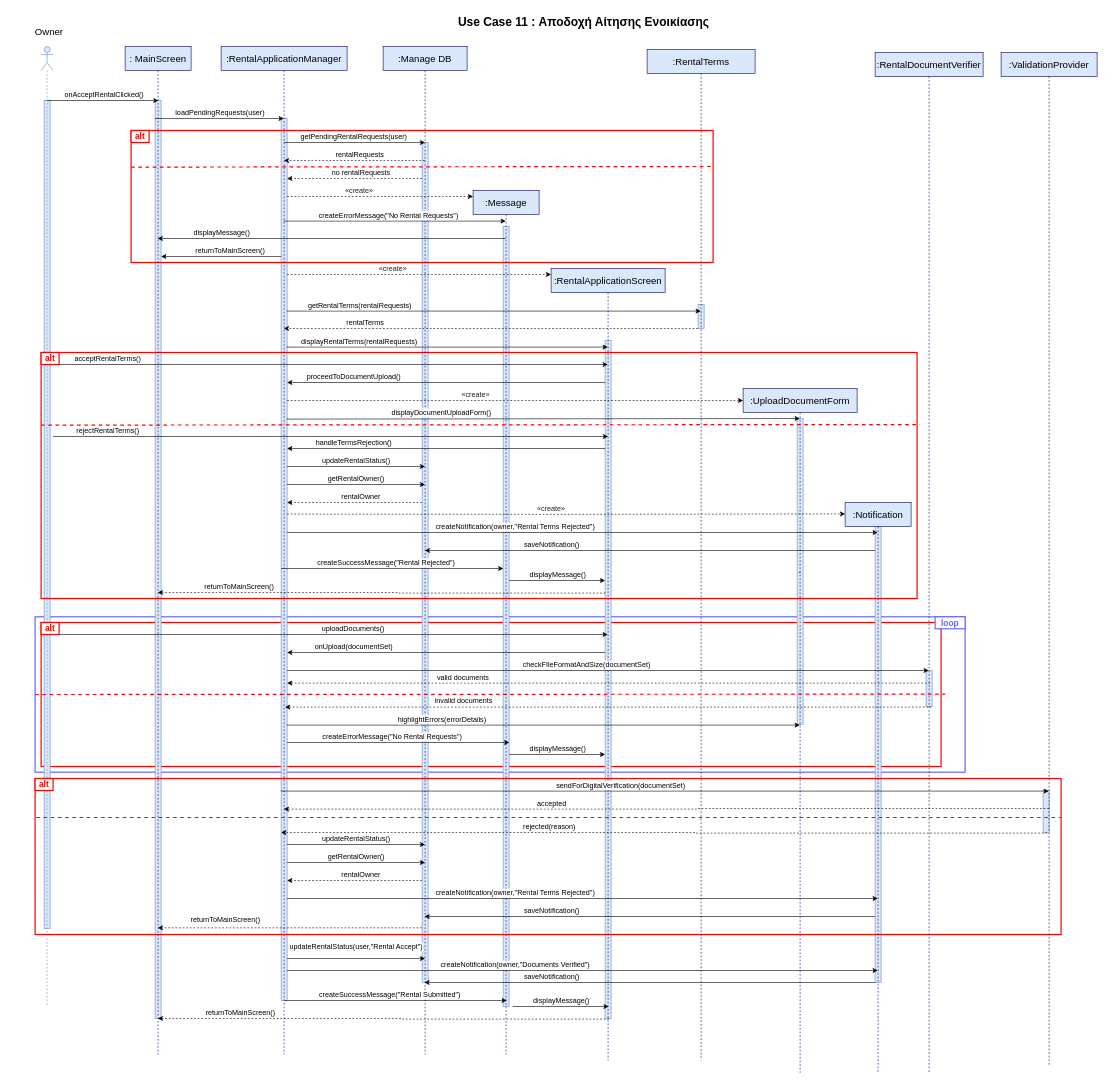
Earlier version of the draw.io diagram page "use-case-11" (11 of 15) of FINAL DIAGRAMS/final_sequences.drawio (evelinastavropoulou/HomeLink). Source tidied: cells renumbered, new cells numbered last; positions are measured from the earlier drawing's top-left corner, leaving out a move shared by most shapes. Both pictures are drawn from the tidied source at 60%, with x=0, y=0 at pixel (10, 10).
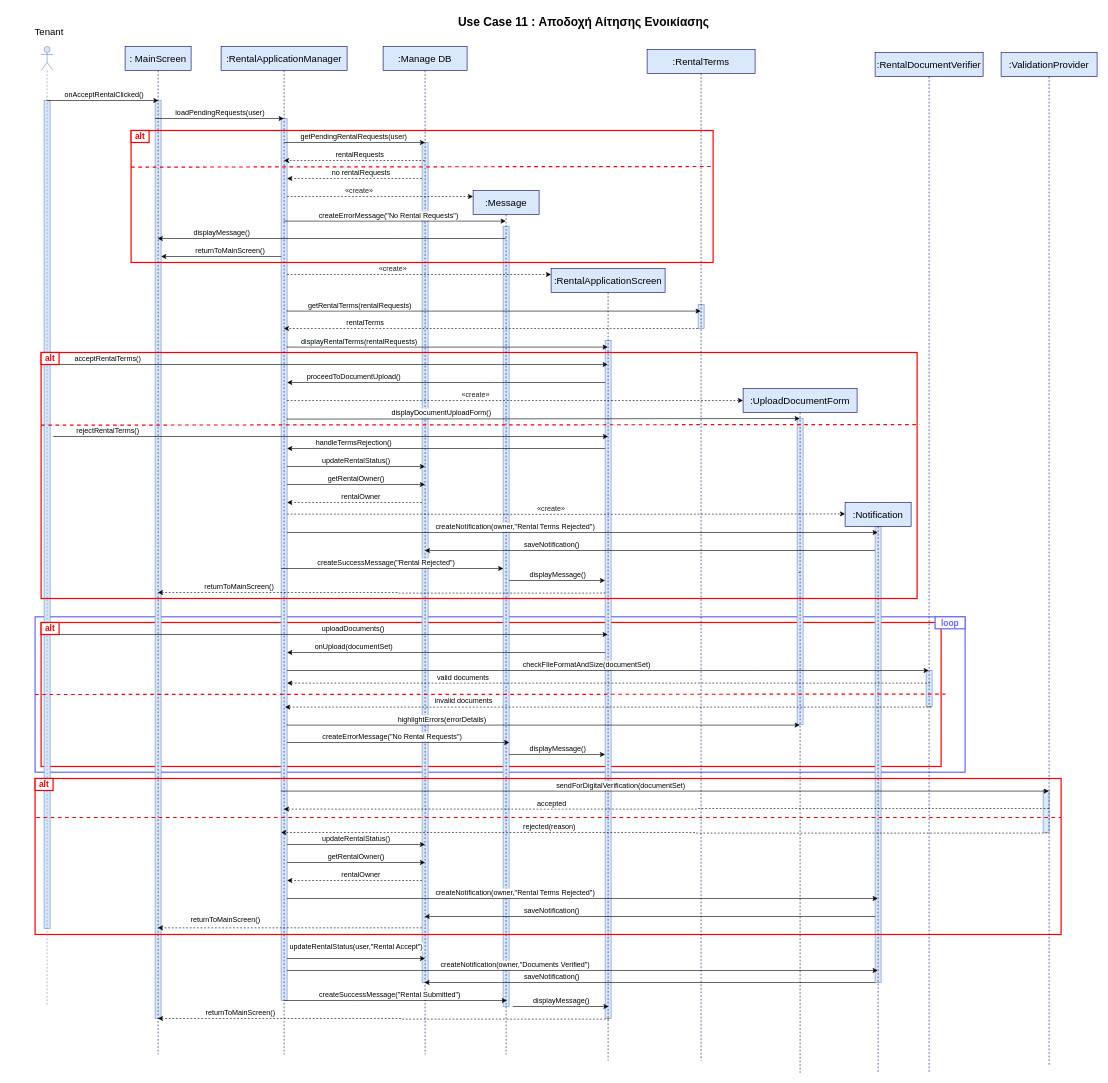
Above is the later version.

Change to the diagram source:
```diff
@@
-    <mxCell id="26" value="Owner" style="edgeLabel;html=1;align=center;verticalAlign=middle;fontSize=16;" parent="1" vertex="1">
+    <mxCell id="26" value="Tenant" style="edgeLabel;html=1;align=center;verticalAlign=middle;fontSize=16;" parent="1" vertex="1">
       <mxGeometry y="40" as="geometry">
         <mxPoint x="63" y="-6" as="offset" />
       </mxGeometry>
     </mxCell>
```
